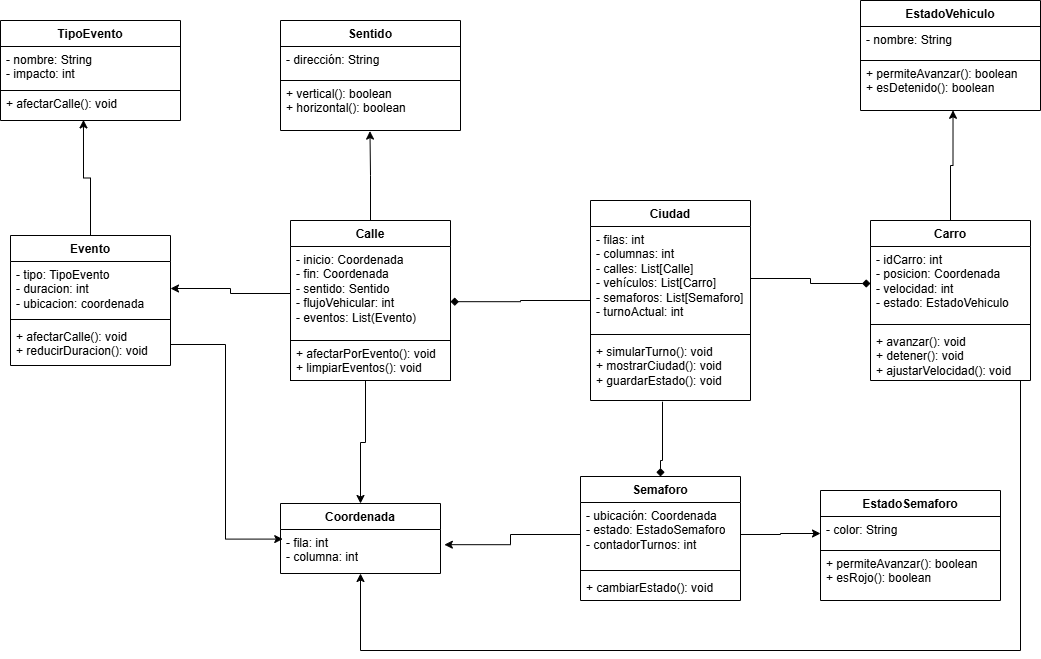
juampa1907/Proyecto-final-desarrollo keeps this draw.io diagram as Proyecto-desarrollo.png. Above is the earlier version. Source tidied: cells renumbered, new cells last; positions are measured from the earlier drawing's top-left corner, leaving out a move shared by most shapes.
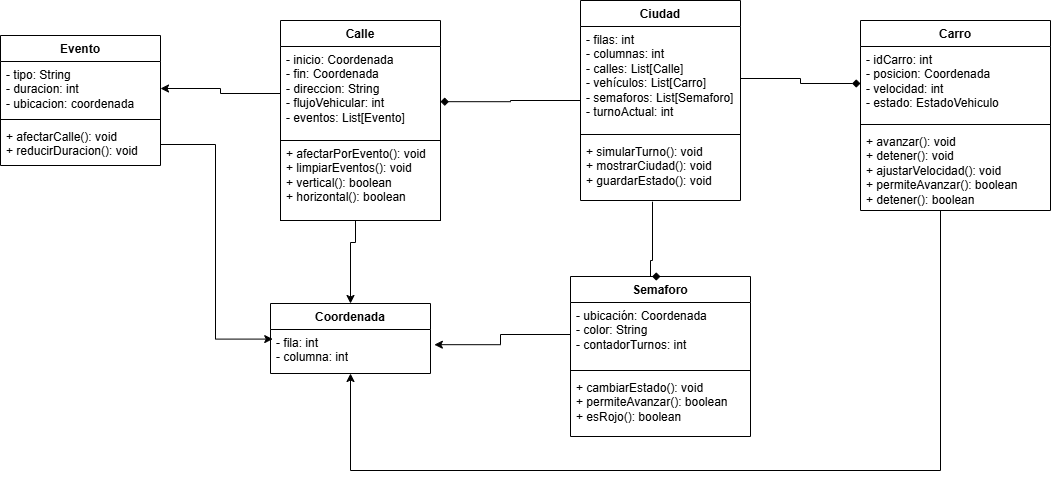
The same diagram one commit later.

What changed in the source:
```diff
@@ -3,37 +3,37 @@
     <mxCell id="0" />
     <mxCell id="1" parent="0" />
     <mxCell id="2" value="Carro" style="swimlane;fontStyle=1;align=center;verticalAlign=top;horizontal=1;startSize=26;whiteSpace=wrap;html=1;" parent="1" vertex="1">
-      <mxGeometry x="870" y="220" width="160" height="160" as="geometry" />
+      <mxGeometry x="870" y="220" width="190" height="190" as="geometry" />
     </mxCell>
     <mxCell id="3" value="- idCarro: int&lt;div&gt;- posicion: Coordenada&lt;/div&gt;&lt;div&gt;- velocidad: int&lt;/div&gt;&lt;div&gt;- estado: EstadoVehiculo&lt;/div&gt;" style="text;strokeColor=none;fillColor=none;align=left;verticalAlign=top;spacingLeft=4;spacingRight=4;overflow=hidden;points=[[0,0.5],[1,0.5]];portConstraint=eastwest;whiteSpace=wrap;html=1;" parent="2" vertex="1">
-      <mxGeometry y="26" width="160" height="74" as="geometry" />
+      <mxGeometry y="26" width="190" height="74" as="geometry" />
     </mxCell>
     <mxCell id="4" style="line;strokeWidth=1;fillColor=none;align=left;verticalAlign=middle;spacingTop=-1;spacingLeft=3;spacingRight=3;labelPosition=right;strokeColor=inherit;" parent="2" vertex="1">
-      <mxGeometry y="100" width="160" height="8" as="geometry" />
+      <mxGeometry y="100" width="190" height="8" as="geometry" />
     </mxCell>
-    <mxCell id="5" value="+ avanzar(): void&lt;br&gt;+ detener(): void&lt;div&gt;+ ajustarVelocidad(): void&lt;/div&gt;" style="text;strokeColor=none;fillColor=none;align=left;verticalAlign=top;spacingLeft=4;spacingRight=4;overflow=hidden;points=[[0,0.5],[1,0.5]];portConstraint=eastwest;whiteSpace=wrap;html=1;" parent="2" vertex="1">
-      <mxGeometry y="108" width="160" height="52" as="geometry" />
+    <mxCell id="5" value="+ avanzar(): void&lt;br&gt;+ detener(): void&lt;div&gt;+ ajustarVelocidad(): void&lt;/div&gt;&lt;div&gt;+ permiteAvanzar(): boolean&lt;/div&gt;&lt;div&gt;+ detener(): boolean&lt;/div&gt;" style="text;strokeColor=none;fillColor=none;align=left;verticalAlign=top;spacingLeft=4;spacingRight=4;overflow=hidden;points=[[0,0.5],[1,0.5]];portConstraint=eastwest;whiteSpace=wrap;html=1;" parent="2" vertex="1">
+      <mxGeometry y="108" width="190" height="82" as="geometry" />
     </mxCell>
     <mxCell id="6" value="Semaforo" style="swimlane;fontStyle=1;align=center;verticalAlign=top;horizontal=1;startSize=26;whiteSpace=wrap;html=1;" parent="1" vertex="1">
-      <mxGeometry x="580" y="476" width="160" height="124" as="geometry" />
+      <mxGeometry x="580" y="476" width="180" height="160" as="geometry" />
     </mxCell>
-    <mxCell id="7" value="&lt;div&gt;- ubicación: Coordenada&lt;/div&gt;&lt;div&gt;- estado: EstadoSemaforo&lt;/div&gt;&lt;div&gt;- contadorTurnos: int&lt;/div&gt;" style="text;strokeColor=none;fillColor=none;align=left;verticalAlign=top;spacingLeft=4;spacingRight=4;overflow=hidden;points=[[0,0.5],[1,0.5]];portConstraint=eastwest;whiteSpace=wrap;html=1;" parent="6" vertex="1">
-      <mxGeometry y="26" width="160" height="64" as="geometry" />
+    <mxCell id="7" value="&lt;div&gt;- ubicación: Coordenada&lt;/div&gt;&lt;div&gt;- color: String&lt;/div&gt;&lt;div&gt;- contadorTurnos: int&lt;/div&gt;" style="text;strokeColor=none;fillColor=none;align=left;verticalAlign=top;spacingLeft=4;spacingRight=4;overflow=hidden;points=[[0,0.5],[1,0.5]];portConstraint=eastwest;whiteSpace=wrap;html=1;" parent="6" vertex="1">
+      <mxGeometry y="26" width="180" height="64" as="geometry" />
     </mxCell>
     <mxCell id="8" style="line;strokeWidth=1;fillColor=none;align=left;verticalAlign=middle;spacingTop=-1;spacingLeft=3;spacingRight=3;labelPosition=right;strokeColor=inherit;" parent="6" vertex="1">
-      <mxGeometry y="90" width="160" height="8" as="geometry" />
+      <mxGeometry y="90" width="180" height="8" as="geometry" />
     </mxCell>
-    <mxCell id="9" value="+ cambiarEstado(): void" style="text;strokeColor=none;fillColor=none;align=left;verticalAlign=top;spacingLeft=4;spacingRight=4;overflow=hidden;whiteSpace=wrap;html=1;" parent="6" vertex="1">
-      <mxGeometry y="98" width="160" height="26" as="geometry" />
+    <mxCell id="9" value="+ cambiarEstado(): void&lt;div&gt;+ permiteAvanzar(): boolean&lt;div&gt;+ esRojo(): boolean&lt;/div&gt;&lt;/div&gt;" style="text;strokeColor=none;fillColor=none;align=left;verticalAlign=top;spacingLeft=4;spacingRight=4;overflow=hidden;whiteSpace=wrap;html=1;" parent="6" vertex="1">
+      <mxGeometry y="98" width="180" height="62" as="geometry" />
     </mxCell>
     <mxCell id="10" value="Calle" style="swimlane;fontStyle=1;align=center;verticalAlign=top;horizontal=1;startSize=26;whiteSpace=wrap;html=1;" parent="1" vertex="1">
-      <mxGeometry x="290" y="220" width="160" height="160" as="geometry" />
+      <mxGeometry x="290" y="220" width="160" height="200" as="geometry" />
     </mxCell>
-    <mxCell id="11" value="&lt;div&gt;- inicio: Coordenada&lt;/div&gt;&lt;div&gt;- fin: Coordenada&lt;/div&gt;&lt;div&gt;- sentido: Sentido&lt;/div&gt;&lt;div&gt;- flujoVehicular: int&lt;/div&gt;&lt;div&gt;- eventos: List(Evento)&lt;/div&gt;" style="text;strokeColor=none;fillColor=none;align=left;verticalAlign=top;spacingLeft=4;spacingRight=4;overflow=hidden;points=[[0,0.5],[1,0.5]];portConstraint=eastwest;whiteSpace=wrap;html=1;" parent="10" vertex="1">
+    <mxCell id="11" value="&lt;div&gt;- inicio: Coordenada&lt;/div&gt;&lt;div&gt;- fin: Coordenada&lt;/div&gt;&lt;div&gt;- direccion: String&lt;/div&gt;&lt;div&gt;- flujoVehicular: int&lt;/div&gt;&lt;div&gt;- eventos: List[Evento]&lt;/div&gt;&lt;div&gt;&lt;br&gt;&lt;/div&gt;" style="text;strokeColor=none;fillColor=none;align=left;verticalAlign=top;spacingLeft=4;spacingRight=4;overflow=hidden;points=[[0,0.5],[1,0.5]];portConstraint=eastwest;whiteSpace=wrap;html=1;" parent="10" vertex="1">
       <mxGeometry y="26" width="160" height="94" as="geometry" />
     </mxCell>
-    <mxCell id="12" value="+ afectarPorEvento(): void&lt;div&gt;+ limpiarEventos(): void&lt;/div&gt;" style="text;strokeColor=default;fillColor=none;align=left;verticalAlign=top;spacingLeft=4;spacingRight=4;overflow=hidden;points=[[0,0.5],[1,0.5]];portConstraint=eastwest;whiteSpace=wrap;html=1;spacingTop=0;" parent="10" vertex="1">
-      <mxGeometry y="120" width="160" height="40" as="geometry" />
+    <mxCell id="12" value="+ afectarPorEvento(): void&lt;div&gt;+ limpiarEventos(): void&lt;/div&gt;&lt;div&gt;+ vertical(): boolean&lt;/div&gt;&lt;div&gt;+ horizontal(): boolean&lt;/div&gt;" style="text;strokeColor=default;fillColor=none;align=left;verticalAlign=top;spacingLeft=4;spacingRight=4;overflow=hidden;points=[[0,0.5],[1,0.5]];portConstraint=eastwest;whiteSpace=wrap;html=1;spacingTop=0;" parent="10" vertex="1">
+      <mxGeometry y="120" width="160" height="80" as="geometry" />
     </mxCell>
     <mxCell id="13" value="Coordenada" style="swimlane;fontStyle=1;align=center;verticalAlign=top;horizontal=1;startSize=26;whiteSpace=wrap;html=1;" parent="1" vertex="1">
       <mxGeometry x="280" y="503" width="160" height="70" as="geometry" />
@@ -56,7 +56,7 @@
     <mxCell id="19" value="Evento" style="swimlane;fontStyle=1;align=center;verticalAlign=top;horizontal=1;startSize=26;whiteSpace=wrap;html=1;" parent="1" vertex="1">
       <mxGeometry x="10" y="235" width="160" height="130" as="geometry" />
     </mxCell>
-    <mxCell id="20" value="&lt;div&gt;- tipo: TipoEvento&lt;/div&gt;&lt;div&gt;- duracion: int&lt;/div&gt;&lt;div&gt;- ubicacion: coordenada&lt;/div&gt;" style="text;strokeColor=none;fillColor=none;align=left;verticalAlign=top;spacingLeft=4;spacingRight=4;overflow=hidden;points=[[0,0.5],[1,0.5]];portConstraint=eastwest;whiteSpace=wrap;html=1;" parent="19" vertex="1">
+    <mxCell id="20" value="&lt;div&gt;- tipo: String&lt;/div&gt;&lt;div&gt;- duracion: int&lt;/div&gt;&lt;div&gt;- ubicacion: coordenada&lt;/div&gt;" style="text;strokeColor=none;fillColor=none;align=left;verticalAlign=top;spacingLeft=4;spacingRight=4;overflow=hidden;points=[[0,0.5],[1,0.5]];portConstraint=eastwest;whiteSpace=wrap;html=1;" parent="19" vertex="1">
       <mxGeometry y="26" width="160" height="54" as="geometry" />
     </mxCell>
     <mxCell id="21" style="line;strokeWidth=1;fillColor=none;align=left;verticalAlign=middle;spacingTop=-1;spacingLeft=3;spacingRight=3;labelPosition=right;strokeColor=inherit;" parent="19" vertex="1">
@@ -65,42 +65,6 @@
     <mxCell id="22" value="+ afectarCalle(): void&lt;div&gt;+ reducirDuracion(): void&lt;/div&gt;" style="text;strokeColor=none;fillColor=none;align=left;verticalAlign=top;spacingLeft=4;spacingRight=4;overflow=hidden;points=[[0,0.5],[1,0.5]];portConstraint=eastwest;whiteSpace=wrap;html=1;" parent="19" vertex="1">
       <mxGeometry y="88" width="160" height="42" as="geometry" />
     </mxCell>
-    <mxCell id="23" value="EstadoVehiculo" style="swimlane;fontStyle=1;align=center;verticalAlign=top;horizontal=1;startSize=26;whiteSpace=wrap;html=1;" parent="1" vertex="1">
-      <mxGeometry x="860" width="180" height="110" as="geometry" />
-    </mxCell>
-    <mxCell id="24" value="&lt;div&gt;- nombre: String&lt;/div&gt;" style="text;strokeColor=default;fillColor=none;align=left;verticalAlign=top;spacingLeft=4;spacingRight=4;overflow=hidden;whiteSpace=wrap;html=1;" parent="23" vertex="1">
-      <mxGeometry y="26" width="180" height="34" as="geometry" />
-    </mxCell>
-    <mxCell id="25" value="+ permiteAvanzar(): boolean&lt;div&gt;+ esDetenido(): boolean&lt;/div&gt;" style="text;strokeColor=none;fillColor=none;align=left;verticalAlign=top;spacingLeft=4;spacingRight=4;overflow=hidden;points=[[0,0.5],[1,0.5]];portConstraint=eastwest;whiteSpace=wrap;html=1;" parent="23" vertex="1">
-      <mxGeometry y="60" width="180" height="50" as="geometry" />
-    </mxCell>
-    <mxCell id="26" value="EstadoSemaforo" style="swimlane;fontStyle=1;align=center;verticalAlign=top;horizontal=1;startSize=26;whiteSpace=wrap;html=1;" parent="1" vertex="1">
-      <mxGeometry x="820" y="490" width="180" height="110" as="geometry" />
-    </mxCell>
-    <mxCell id="27" value="&lt;div&gt;- color: String&lt;/div&gt;" style="text;strokeColor=default;fillColor=none;align=left;verticalAlign=top;spacingLeft=4;spacingRight=4;overflow=hidden;points=[[0,0.5],[1,0.5]];portConstraint=eastwest;whiteSpace=wrap;html=1;" parent="26" vertex="1">
-      <mxGeometry y="26" width="180" height="34" as="geometry" />
-    </mxCell>
-    <mxCell id="28" value="+ permiteAvanzar(): boolean&lt;div&gt;+ esRojo(): boolean&lt;/div&gt;" style="text;strokeColor=none;fillColor=none;align=left;verticalAlign=top;spacingLeft=4;spacingRight=4;overflow=hidden;whiteSpace=wrap;html=1;" parent="26" vertex="1">
-      <mxGeometry y="60" width="180" height="50" as="geometry" />
-    </mxCell>
-    <mxCell id="29" value="Sentido" style="swimlane;fontStyle=1;align=center;verticalAlign=top;horizontal=1;startSize=26;whiteSpace=wrap;html=1;" parent="1" vertex="1">
-      <mxGeometry x="280" y="20" width="180" height="110" as="geometry" />
-    </mxCell>
-    <mxCell id="30" value="&lt;div&gt;- dirección: String&lt;/div&gt;" style="text;strokeColor=default;fillColor=none;align=left;verticalAlign=top;spacingLeft=4;spacingRight=4;overflow=hidden;whiteSpace=wrap;html=1;" parent="29" vertex="1">
-      <mxGeometry y="26" width="180" height="34" as="geometry" />
-    </mxCell>
-    <mxCell id="31" value="+ vertical(): boolean&lt;div&gt;+ horizontal(): boolean&lt;/div&gt;" style="text;strokeColor=none;fillColor=none;align=left;verticalAlign=top;spacingLeft=4;spacingRight=4;overflow=hidden;points=[[0,0.5],[1,0.5]];portConstraint=eastwest;whiteSpace=wrap;html=1;" parent="29" vertex="1">
-      <mxGeometry y="60" width="180" height="50" as="geometry" />
-    </mxCell>
-    <mxCell id="32" value="TipoEvento" style="swimlane;fontStyle=1;align=center;verticalAlign=top;horizontal=1;startSize=26;whiteSpace=wrap;html=1;" parent="1" vertex="1">
-      <mxGeometry y="20" width="180" height="100" as="geometry" />
-    </mxCell>
-    <mxCell id="33" value="&lt;div&gt;- nombre: String&lt;/div&gt;&lt;div&gt;- impacto: int&lt;/div&gt;" style="text;strokeColor=default;fillColor=none;align=left;verticalAlign=top;spacingLeft=4;spacingRight=4;overflow=hidden;whiteSpace=wrap;html=1;" parent="32" vertex="1">
-      <mxGeometry y="26" width="180" height="44" as="geometry" />
-    </mxCell>
-    <mxCell id="34" value="+ afectarCalle(): void" style="text;strokeColor=none;fillColor=none;align=left;verticalAlign=top;spacingLeft=4;spacingRight=4;overflow=hidden;points=[[0,0.5],[1,0.5]];portConstraint=eastwest;whiteSpace=wrap;html=1;" parent="32" vertex="1">
-      <mxGeometry y="70" width="180" height="30" as="geometry" />
-    </mxCell>
     <mxCell id="35" style="edgeStyle=orthogonalEdgeStyle;rounded=0;jettySize=auto;html=1;entryX=1;entryY=0.587;entryDx=0;entryDy=0;entryPerimeter=0;endArrow=diamond;endFill=1;" parent="1" edge="1" source="15" target="11">
       <mxGeometry relative="1" as="geometry" />
     </mxCell>
@@ -126,29 +90,17 @@
         </Array>
       </mxGeometry>
     </mxCell>
-    <mxCell id="40" style="edgeStyle=orthogonalEdgeStyle;rounded=0;jettySize=auto;html=1;entryX=0.497;entryY=1.012;entryDx=0;entryDy=0;entryPerimeter=0;" parent="1" edge="1" source="10" target="31">
-      <mxGeometry relative="1" as="geometry" />
-    </mxCell>
-    <mxCell id="41" style="edgeStyle=orthogonalEdgeStyle;rounded=0;jettySize=auto;html=1;entryX=0.514;entryY=0.996;entryDx=0;entryDy=0;entryPerimeter=0;" parent="1" edge="1" source="2" target="25">
-      <mxGeometry relative="1" as="geometry" />
-    </mxCell>
     <mxCell id="42" style="edgeStyle=orthogonalEdgeStyle;rounded=0;jettySize=auto;html=1;" parent="1" edge="1" source="5" target="14">
       <mxGeometry relative="1" as="geometry">
         <Array as="points">
-          <mxPoint x="1020" y="650" />
-          <mxPoint x="360" y="650" />
+          <mxPoint x="950" y="670" />
+          <mxPoint x="360" y="670" />
         </Array>
       </mxGeometry>
     </mxCell>
-    <mxCell id="43" style="edgeStyle=orthogonalEdgeStyle;rounded=0;jettySize=auto;html=1;entryX=0.461;entryY=0.98;entryDx=0;entryDy=0;entryPerimeter=0;" parent="1" edge="1" source="19" target="34">
-      <mxGeometry relative="1" as="geometry" />
-    </mxCell>
     <mxCell id="44" style="edgeStyle=orthogonalEdgeStyle;rounded=0;jettySize=auto;html=1;entryX=0.014;entryY=0.218;entryDx=0;entryDy=0;entryPerimeter=0;" parent="1" edge="1" source="22" target="14">
       <mxGeometry relative="1" as="geometry" />
     </mxCell>
-    <mxCell id="45" style="edgeStyle=orthogonalEdgeStyle;rounded=0;jettySize=auto;html=1;entryX=0;entryY=0.5;entryDx=0;entryDy=0;" parent="1" edge="1" source="7" target="27">
-      <mxGeometry relative="1" as="geometry" />
-    </mxCell>
     <mxCell id="46" style="edgeStyle=orthogonalEdgeStyle;rounded=0;jettySize=auto;html=1;entryX=1.024;entryY=0.345;entryDx=0;entryDy=0;entryPerimeter=0;" parent="1" edge="1" source="7" target="14">
       <mxGeometry relative="1" as="geometry" />
     </mxCell>
```
